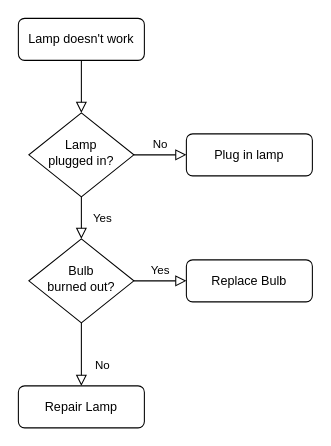
This is src/ejercicio1/Ejercicio1.drawio from antonionavarro04/Tema2Boletin1, a draw.io file, before an edit. Source tidied: cells renumbered, new cells numbered last; positions are measured from the earlier drawing's top-left corner, leaving out a move shared by most shapes. Both pictures are drawn from the tidied source at 105%, with x=0, y=0 at pixel (18, 18).
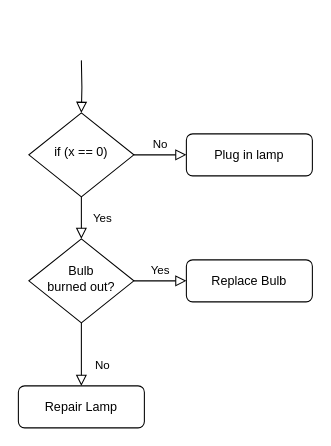
The same page after the edit.

What changed in the source:
```diff
@@
 <mxGraphModel>
   <root>
     <mxCell id="0" />
     <mxCell id="1" parent="0" />
-    <mxCell id="2" style="rounded=0;html=1;jettySize=auto;fontSize=11;endArrow=block;endFill=0;endSize=8;strokeWidth=1;shadow=0;labelBackgroundColor=none;edgeStyle=orthogonalEdgeStyle;" parent="1" edge="1" source="3" target="6">
-      <mxGeometry relative="1" as="geometry" />
+    <mxCell id="2" style="rounded=0;html=1;jettySize=auto;fontSize=11;endArrow=block;endFill=0;endSize=8;strokeWidth=1;shadow=0;labelBackgroundColor=none;edgeStyle=orthogonalEdgeStyle;" parent="1" edge="1" target="6">
+      <mxGeometry relative="1" as="geometry">
+        <mxPoint x="60" y="40" as="sourcePoint" />
+      </mxGeometry>
     </mxCell>
-    <mxCell id="3" value="Lamp doesn't work" style="rounded=1;whiteSpace=wrap;html=1;fontSize=12;glass=0;strokeWidth=1;shadow=0;" parent="1" vertex="1">
-      <mxGeometry width="120" height="40" as="geometry" />
-    </mxCell>
     <mxCell id="4" value="Yes" style="rounded=0;html=1;jettySize=auto;fontSize=11;endArrow=block;endFill=0;endSize=8;strokeWidth=1;shadow=0;labelBackgroundColor=none;edgeStyle=orthogonalEdgeStyle;" parent="1" edge="1" source="6" target="10">
       <mxGeometry y="20" relative="1" as="geometry" />
     </mxCell>
     <mxCell id="5" value="No" style="edgeStyle=orthogonalEdgeStyle;rounded=0;html=1;jettySize=auto;fontSize=11;endArrow=block;endFill=0;endSize=8;strokeWidth=1;shadow=0;labelBackgroundColor=none;" parent="1" edge="1" source="6" target="7">
       <mxGeometry y="10" relative="1" as="geometry" />
     </mxCell>
-    <mxCell id="6" value="Lamp&lt;br&gt;plugged in?" style="rhombus;whiteSpace=wrap;html=1;shadow=0;fontFamily=Helvetica;fontSize=12;align=center;strokeWidth=1;spacing=6;spacingTop=-4;" parent="1" vertex="1">
+    <mxCell id="6" value="if (x == 0)" style="rhombus;whiteSpace=wrap;html=1;shadow=0;fontFamily=Helvetica;fontSize=12;align=center;strokeWidth=1;spacing=6;spacingTop=-4;" parent="1" vertex="1">
       <mxGeometry x="10" y="90" width="100" height="80" as="geometry" />
     </mxCell>
     <mxCell id="7" value="Plug in lamp" style="rounded=1;whiteSpace=wrap;html=1;fontSize=12;glass=0;strokeWidth=1;shadow=0;" parent="1" vertex="1">
       <mxGeometry x="160" y="110" width="120" height="40" as="geometry" />
     </mxCell>
     <mxCell id="8" value="No" style="rounded=0;html=1;jettySize=auto;fontSize=11;endArrow=block;endFill=0;endSize=8;strokeWidth=1;shadow=0;labelBackgroundColor=none;edgeStyle=orthogonalEdgeStyle;" parent="1" edge="1" source="10" target="11">
       <mxGeometry x="0.33" y="20" relative="1" as="geometry" />
     </mxCell>
     <mxCell id="9" value="Yes" style="edgeStyle=orthogonalEdgeStyle;rounded=0;html=1;jettySize=auto;fontSize=11;endArrow=block;endFill=0;endSize=8;strokeWidth=1;shadow=0;labelBackgroundColor=none;" parent="1" edge="1" source="10" target="12">
       <mxGeometry y="10" relative="1" as="geometry" />
     </mxCell>
     <mxCell id="10" value="Bulb&lt;br&gt;burned out?" style="rhombus;whiteSpace=wrap;html=1;shadow=0;fontFamily=Helvetica;fontSize=12;align=center;strokeWidth=1;spacing=6;spacingTop=-4;" parent="1" vertex="1">
       <mxGeometry x="10" y="210" width="100" height="80" as="geometry" />
     </mxCell>
     <mxCell id="11" value="Repair Lamp" style="rounded=1;whiteSpace=wrap;html=1;fontSize=12;glass=0;strokeWidth=1;shadow=0;" parent="1" vertex="1">
       <mxGeometry y="350" width="120" height="40" as="geometry" />
     </mxCell>
     <mxCell id="12" value="Replace Bulb" style="rounded=1;whiteSpace=wrap;html=1;fontSize=12;glass=0;strokeWidth=1;shadow=0;" parent="1" vertex="1">
       <mxGeometry x="160" y="230" width="120" height="40" as="geometry" />
     </mxCell>
   </root>
 </mxGraphModel>
```
